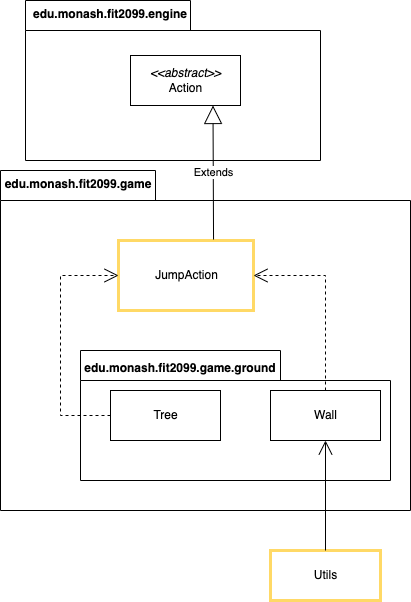
syedzubinhafiz/supermario keeps this draw.io diagram as design-docs/REQ2_classdiagram.png. Above is the earlier version. Source tidied: cells renumbered, new cells last; positions are measured from the earlier drawing's top-left corner, leaving out a move shared by most shapes.
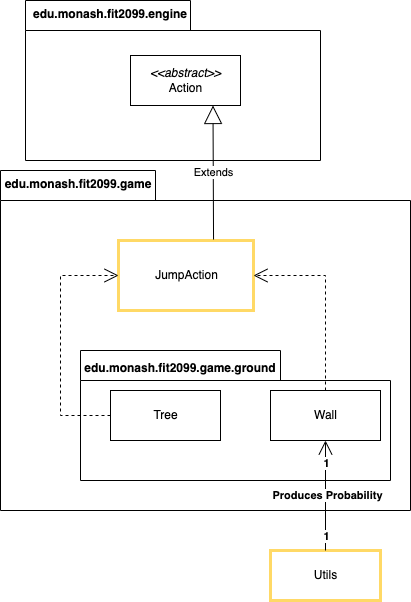
Above is the later version.

What changed in the source:
```diff
@@ -53,6 +53,15 @@
     <mxCell id="15" style="endArrow=open;endFill=1;endSize=12;html=1;rounded=0;exitX=0.5;exitY=0;exitDx=0;exitDy=0;entryX=0.5;entryY=1;entryDx=0;entryDy=0;" parent="1" edge="1" source="9" target="12">
       <mxGeometry relative="1" as="geometry" />
     </mxCell>
+    <mxCell id="17" value="&lt;b&gt;1&lt;/b&gt;" style="edgeLabel;html=1;align=center;verticalAlign=middle;" parent="15" vertex="1">
+      <mxGeometry x="-0.73" relative="1" as="geometry" />
+    </mxCell>
+    <mxCell id="18" value="&lt;b&gt;1&lt;/b&gt;" style="edgeLabel;html=1;align=center;verticalAlign=middle;" parent="15" vertex="1">
+      <mxGeometry x="0.6" relative="1" as="geometry" />
+    </mxCell>
+    <mxCell id="19" value="&lt;b&gt;Produces Probability&lt;/b&gt;" style="edgeLabel;html=1;align=center;verticalAlign=middle;" parent="15" vertex="1">
+      <mxGeometry x="0.02" y="-1" relative="1" as="geometry" />
+    </mxCell>
     <mxCell id="16" value="edu.monash.fit2099.game.ground" style="text;align=center;fontStyle=1;verticalAlign=middle;spacingLeft=3;spacingRight=3;strokeColor=none;" parent="1" vertex="1">
       <mxGeometry x="140" y="354" width="80" height="26" as="geometry" />
     </mxCell>
```
